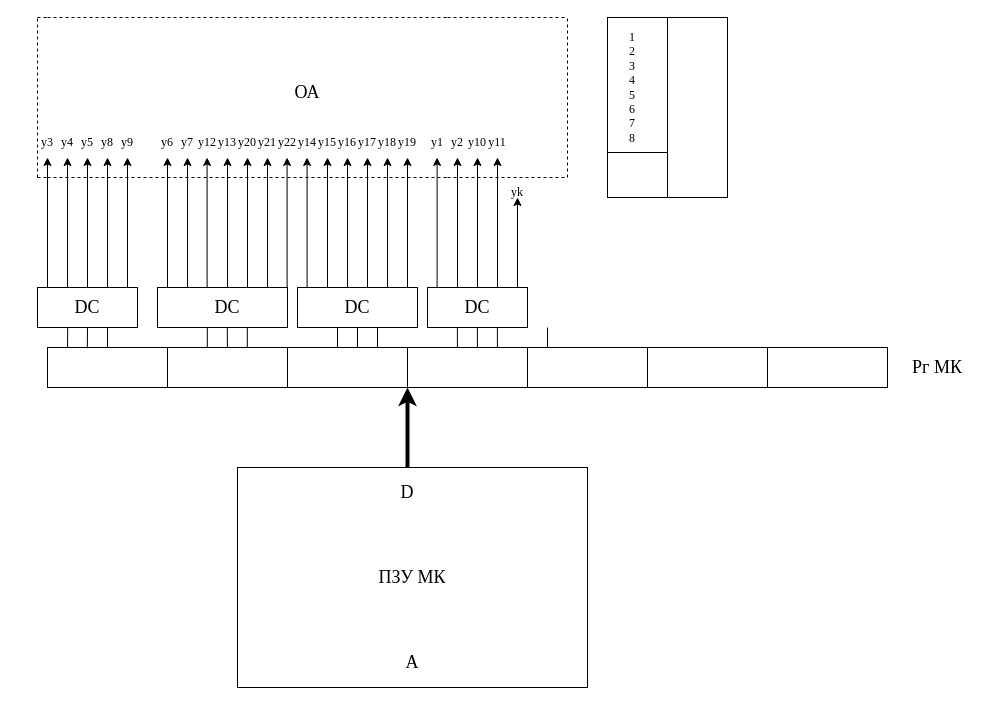
Earlier version of the draw.io diagram Диаграмма без названия.drawio (L0BK0D/assembler). Source tidied: cells renumbered, new cells numbered last; positions are measured from the earlier drawing's top-left corner, leaving out a move shared by most shapes. Both pictures are drawn from the tidied source at 100%, with x=0, y=0 at pixel (17, 17).
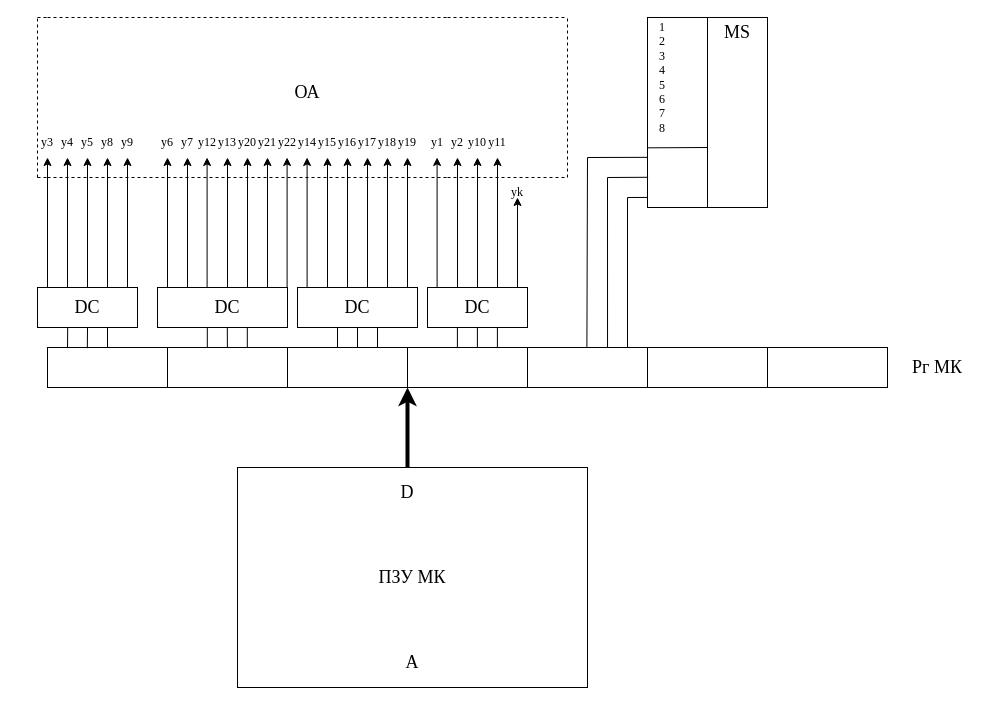
The same diagram, later.

The change refers to these unchanged cells:
```xml
<mxCell id="66" style="rounded=0;whiteSpace=wrap;html=1;" parent="1" vertex="1">
  <mxGeometry x="510" y="330" width="120" height="40" as="geometry" />
</mxCell>
```

Change to the diagram source:
```diff
@@
-    <mxCell id="78" style="endArrow=none;html=1;rounded=0;entryX=0.7;entryY=0.997;entryDx=0;entryDy=0;exitX=0.664;exitY=0.006;exitDx=0;exitDy=0;exitPerimeter=0;entryPerimeter=0;" parent="1" edge="1">
+    <mxCell id="78" style="endArrow=none;html=1;rounded=0;exitX=0.664;exitY=0.006;exitDx=0;exitDy=0;exitPerimeter=0;" parent="1" edge="1">
       <mxGeometry relative="1" as="geometry">
-        <mxPoint x="530" y="330" as="sourcePoint" />
-        <mxPoint x="530" y="310" as="targetPoint" />
+        <mxPoint x="569.4" y="330" as="sourcePoint" />
+        <mxPoint x="570" y="140" as="targetPoint" />
       </mxGeometry>
     </mxCell>
@@
     <mxCell id="92" style="rounded=0;whiteSpace=wrap;html=1;" parent="1" vertex="1">
-      <mxGeometry x="590" width="120" height="180" as="geometry" />
+      <mxGeometry x="630" width="120" height="190" as="geometry" />
     </mxCell>
@@
-    <mxCell id="94" style="endArrow=none;html=1;rounded=0;exitX=0;exitY=0.75;exitDx=0;exitDy=0;" parent="1" edge="1" source="92">
+    <mxCell id="94" style="endArrow=none;html=1;rounded=0;" parent="1" edge="1" source="92">
       <mxGeometry relative="1" as="geometry">
-        <mxPoint x="650" y="135" as="targetPoint" />
+        <mxPoint x="690" y="135" as="targetPoint" />
       </mxGeometry>
     </mxCell>
     <mxCell id="95" value="&lt;font style=&quot;font-size: 12px;&quot; face=&quot;Times New Roman&quot;&gt;1&lt;/font&gt;&lt;div style=&quot;&quot;&gt;&lt;font style=&quot;font-size: 12px;&quot; face=&quot;Times New Roman&quot;&gt;2&lt;/font&gt;&lt;/div&gt;&lt;div style=&quot;&quot;&gt;&lt;font style=&quot;font-size: 12px;&quot; face=&quot;Times New Roman&quot;&gt;3&lt;/font&gt;&lt;/div&gt;&lt;div style=&quot;&quot;&gt;&lt;font style=&quot;font-size: 12px;&quot; face=&quot;Times New Roman&quot;&gt;4&lt;/font&gt;&lt;/div&gt;&lt;div style=&quot;&quot;&gt;&lt;font style=&quot;font-size: 12px;&quot; face=&quot;Times New Roman&quot;&gt;5&lt;/font&gt;&lt;/div&gt;&lt;div style=&quot;&quot;&gt;&lt;font style=&quot;font-size: 12px;&quot; face=&quot;Times New Roman&quot;&gt;6&lt;/font&gt;&lt;/div&gt;&lt;div style=&quot;&quot;&gt;&lt;font style=&quot;font-size: 12px;&quot; face=&quot;Times New Roman&quot;&gt;7&lt;/font&gt;&lt;/div&gt;&lt;div style=&quot;&quot;&gt;&lt;font style=&quot;font-size: 12px;&quot; face=&quot;Times New Roman&quot;&gt;8&lt;/font&gt;&lt;/div&gt;" style="text;html=1;align=center;verticalAlign=middle;whiteSpace=wrap;rounded=0;" parent="1" vertex="1">
-      <mxGeometry x="600" y="10" width="30" height="120" as="geometry" />
+      <mxGeometry x="630" width="30" height="120" as="geometry" />
     </mxCell>
+    <mxCell id="96" style="endArrow=none;html=1;rounded=0;entryX=-0.003;entryY=0.736;entryDx=0;entryDy=0;entryPerimeter=0;" parent="1" edge="1" target="92">
+      <mxGeometry relative="1" as="geometry">
+        <mxPoint x="570" y="140" as="sourcePoint" />
+      </mxGeometry>
+    </mxCell>
+    <mxCell id="97" style="endArrow=none;html=1;rounded=0;exitX=0.667;exitY=0;exitDx=0;exitDy=0;exitPerimeter=0;" parent="1" edge="1" source="66">
+      <mxGeometry relative="1" as="geometry">
+        <mxPoint x="590" y="160" as="targetPoint" />
+      </mxGeometry>
+    </mxCell>
+    <mxCell id="98" style="endArrow=none;html=1;rounded=0;entryX=0.005;entryY=0.841;entryDx=0;entryDy=0;entryPerimeter=0;" parent="1" edge="1" target="92">
+      <mxGeometry relative="1" as="geometry">
+        <mxPoint x="590" y="160" as="sourcePoint" />
+      </mxGeometry>
+    </mxCell>
+    <mxCell id="99" style="endArrow=none;html=1;rounded=0;" parent="1" edge="1">
+      <mxGeometry relative="1" as="geometry">
+        <mxPoint x="610" y="330" as="sourcePoint" />
+        <mxPoint x="610" y="180" as="targetPoint" />
+      </mxGeometry>
+    </mxCell>
+    <mxCell id="100" style="endArrow=none;html=1;rounded=0;entryX=-0.001;entryY=0.947;entryDx=0;entryDy=0;entryPerimeter=0;" parent="1" edge="1" target="92">
+      <mxGeometry relative="1" as="geometry">
+        <mxPoint x="610" y="180" as="sourcePoint" />
+      </mxGeometry>
+    </mxCell>
+    <mxCell id="101" style="endArrow=none;html=1;rounded=0;exitX=0.003;exitY=0.686;exitDx=0;exitDy=0;exitPerimeter=0;" parent="1" edge="1" source="92">
+      <mxGeometry relative="1" as="geometry">
+        <mxPoint x="690" y="130" as="targetPoint" />
+      </mxGeometry>
+    </mxCell>
+    <mxCell id="102" value="&lt;font face=&quot;Times New Roman&quot;&gt;&lt;span style=&quot;font-size: 18px;&quot;&gt;MS&lt;/span&gt;&lt;/font&gt;" style="text;html=1;align=center;verticalAlign=middle;whiteSpace=wrap;rounded=0;" parent="1" vertex="1">
+      <mxGeometry x="690" width="60" height="30" as="geometry" />
+    </mxCell>
```
